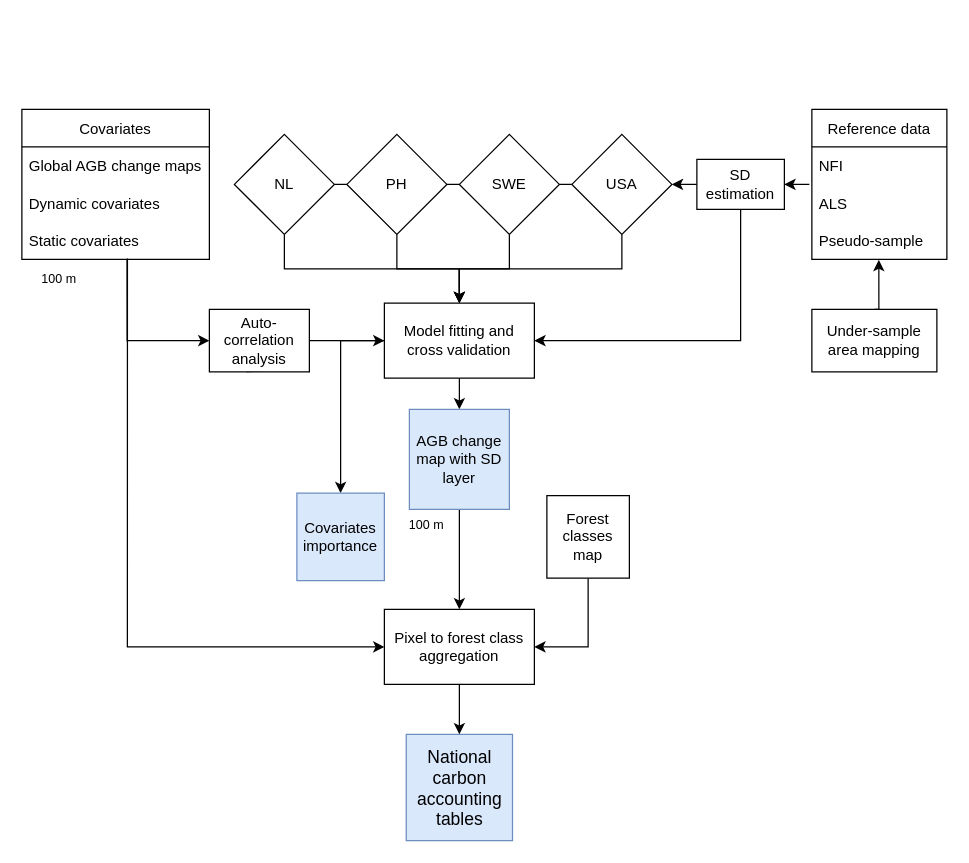
The draw.io diagram Paper3.drawio in arnanaraza/diagrams, before the edit. Source tidied: cells renumbered, new cells numbered last; positions are measured from the earlier drawing's top-left corner, leaving out a move shared by most shapes. Both pictures are drawn from the tidied source at 125%, with x=0, y=0 at pixel (21, 109).
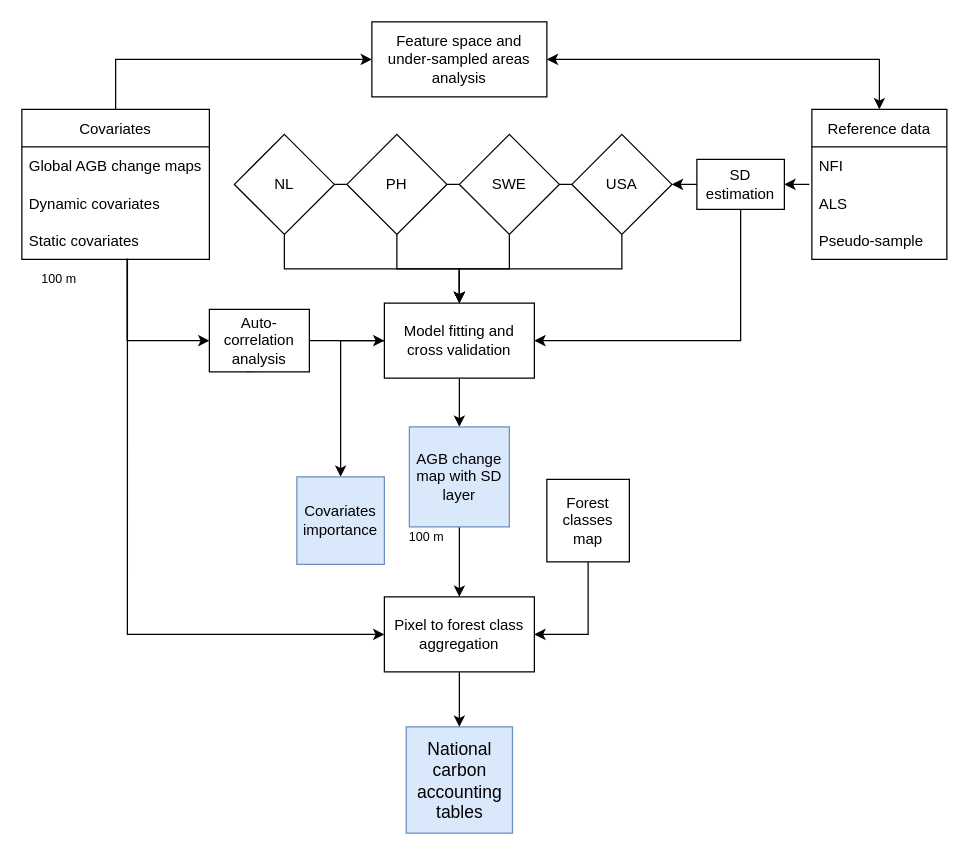
The same diagram, later.

Unchanged cells that the change refers to:
```xml
<mxCell id="9" value="Covariates" style="swimlane;fontStyle=0;horizontal=1;startSize=30;" parent="1" vertex="1">
  <mxGeometry width="150" height="120" as="geometry" />
</mxCell>
<mxCell id="14" value="Reference data" style="swimlane;fontStyle=0;horizontal=1;startSize=30;" parent="1" vertex="1">
  <mxGeometry x="632" width="108" height="120" as="geometry" />
</mxCell>
<mxCell id="17" value="Pseudo-sample" style="text;strokeColor=none;fillColor=none;align=left;verticalAlign=middle;spacingLeft=4;spacingRight=4;overflow=hidden;points=[[0,0.5],[1,0.5]];portConstraint=eastwest;" parent="14" vertex="1">
  <mxGeometry y="90" width="108" height="30" as="geometry" />
</mxCell>
```

Change to the diagram source:
```diff
@@
+    <mxCell id="45" style="edgeStyle=orthogonalEdgeStyle;rounded=0;jettySize=auto;html=1;exitX=0.5;exitY=0;exitDx=0;exitDy=0;entryX=0;entryY=0.5;entryDx=0;entryDy=0;" parent="1" edge="1" source="9" target="47">
+      <mxGeometry relative="1" as="geometry" />
+    </mxCell>
@@
+    <mxCell id="46" style="edgeStyle=orthogonalEdgeStyle;rounded=0;jettySize=auto;html=1;exitX=0.5;exitY=0;exitDx=0;exitDy=0;entryX=1;entryY=0.5;entryDx=0;entryDy=0;startArrow=classic;startFill=1;" parent="1" edge="1" source="14" target="47">
+      <mxGeometry relative="1" as="geometry" />
+    </mxCell>
@@
     <mxCell id="30" value="&lt;span style=&quot;font-size: 12px;&quot;&gt;Forest classes map&lt;/span&gt;" style="whiteSpace=wrap;html=1;fontSize=10;" parent="1" vertex="1">
-      <mxGeometry x="420" y="309" width="66" height="66" as="geometry" />
+      <mxGeometry x="420" y="296" width="66" height="66" as="geometry" />
     </mxCell>
@@
     <mxCell id="32" value="&lt;span style=&quot;font-size: 12px;&quot;&gt;AGB change map with SD layer&lt;/span&gt;" style="whiteSpace=wrap;html=1;fontSize=10;fillColor=#dae8fc;strokeColor=#6c8ebf;" parent="1" vertex="1">
-      <mxGeometry x="310" y="240" width="80" height="80" as="geometry" />
+      <mxGeometry x="310" y="254" width="80" height="80" as="geometry" />
     </mxCell>
-    <mxCell id="33" style="edgeStyle=orthogonalEdgeStyle;rounded=0;jettySize=auto;html=1;exitX=0.5;exitY=0;exitDx=0;exitDy=0;entryX=0.496;entryY=1.013;entryDx=0;entryDy=0;entryPerimeter=0;" parent="1" edge="1" source="34" target="17">
-      <mxGeometry relative="1" as="geometry" />
-    </mxCell>
-    <mxCell id="34" value="Under-sample area mapping" style="rounded=0;whiteSpace=wrap;html=1;" parent="1" vertex="1">
-      <mxGeometry x="632" y="160" width="100" height="50" as="geometry" />
-    </mxCell>
     <mxCell id="35" value="&lt;font style=&quot;font-size: 14px;&quot;&gt;National carbon accounting tables&lt;/font&gt;" style="whiteSpace=wrap;html=1;fontSize=10;fillColor=#dae8fc;strokeColor=#6c8ebf;" parent="1" vertex="1">
-      <mxGeometry x="307.5" y="500" width="85" height="85" as="geometry" />
+      <mxGeometry x="307.5" y="494" width="85" height="85" as="geometry" />
     </mxCell>
@@
     <mxCell id="39" value="&lt;span style=&quot;font-size: 12px;&quot;&gt;Covariates importance&lt;/span&gt;" style="whiteSpace=wrap;html=1;fontSize=10;fillColor=#dae8fc;strokeColor=#6c8ebf;" parent="1" vertex="1">
-      <mxGeometry x="220" y="307" width="70" height="70" as="geometry" />
+      <mxGeometry x="220" y="294" width="70" height="70" as="geometry" />
     </mxCell>
@@
     <mxCell id="42" value="Pixel to forest class aggregation" style="rounded=0;whiteSpace=wrap;html=1;" parent="1" vertex="1">
-      <mxGeometry x="290" y="400" width="120" height="60" as="geometry" />
+      <mxGeometry x="290" y="390" width="120" height="60" as="geometry" />
     </mxCell>
@@
     <mxCell id="44" value="&lt;font style=&quot;font-size: 10px;&quot;&gt;100 m&lt;/font&gt;" style="text;html=1;strokeColor=none;fillColor=none;align=center;verticalAlign=middle;whiteSpace=wrap;rounded=0;" parent="1" vertex="1">
-      <mxGeometry x="294" y="317" width="60" height="30" as="geometry" />
+      <mxGeometry x="294" y="327" width="60" height="30" as="geometry" />
     </mxCell>
+    <mxCell id="47" value="Feature space and under-sampled areas analysis" style="rounded=0;whiteSpace=wrap;html=1;" parent="1" vertex="1">
+      <mxGeometry x="280" y="-70" width="140" height="60" as="geometry" />
+    </mxCell>
```
